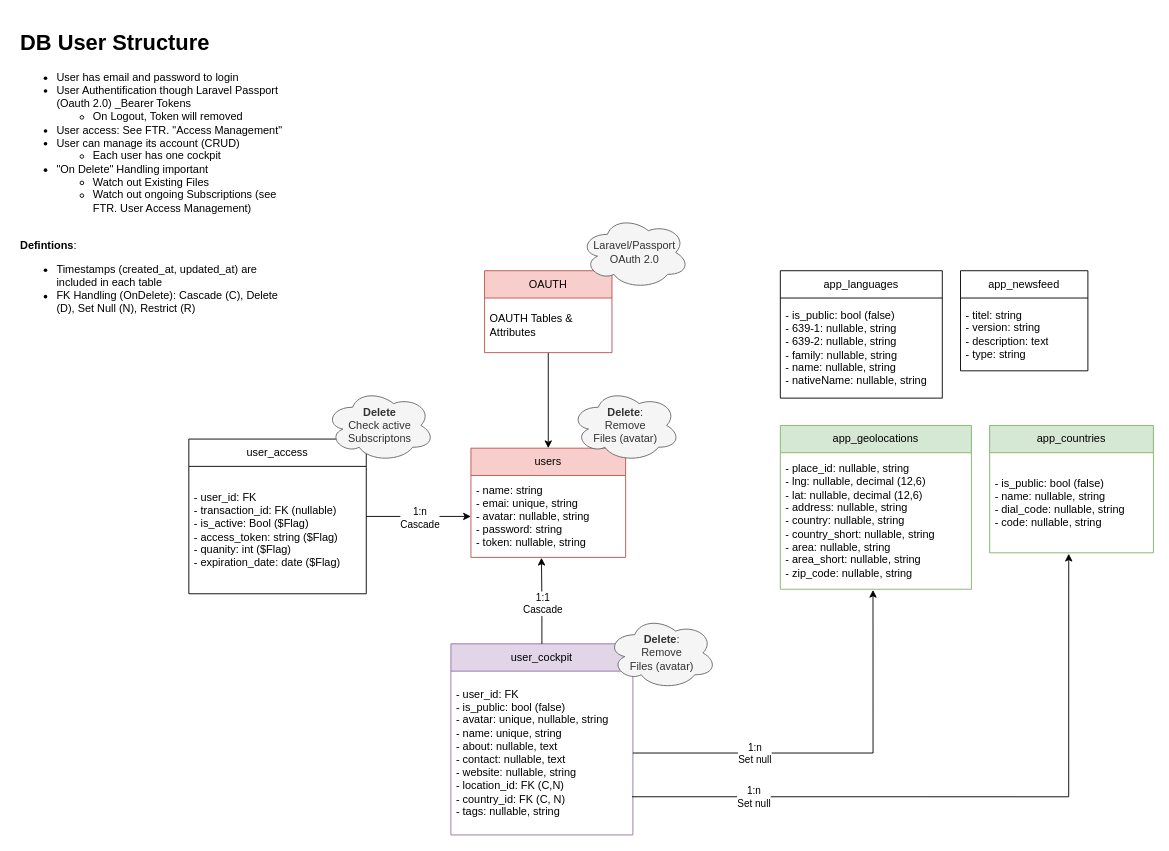
Before: page "DB Structure" (3 of 9) of docs/Feature Defintions/01 - User Account Management.drawio in CarlsonBuma/laravel-quasar-template, a draw.io diagram. Source tidied: cells renumbered, new cells numbered last; positions are measured from the earlier drawing's top-left corner, leaving out a move shared by most shapes. Both pictures are drawn from the tidied source at 91%, with x=0, y=0 at pixel (15, 25).
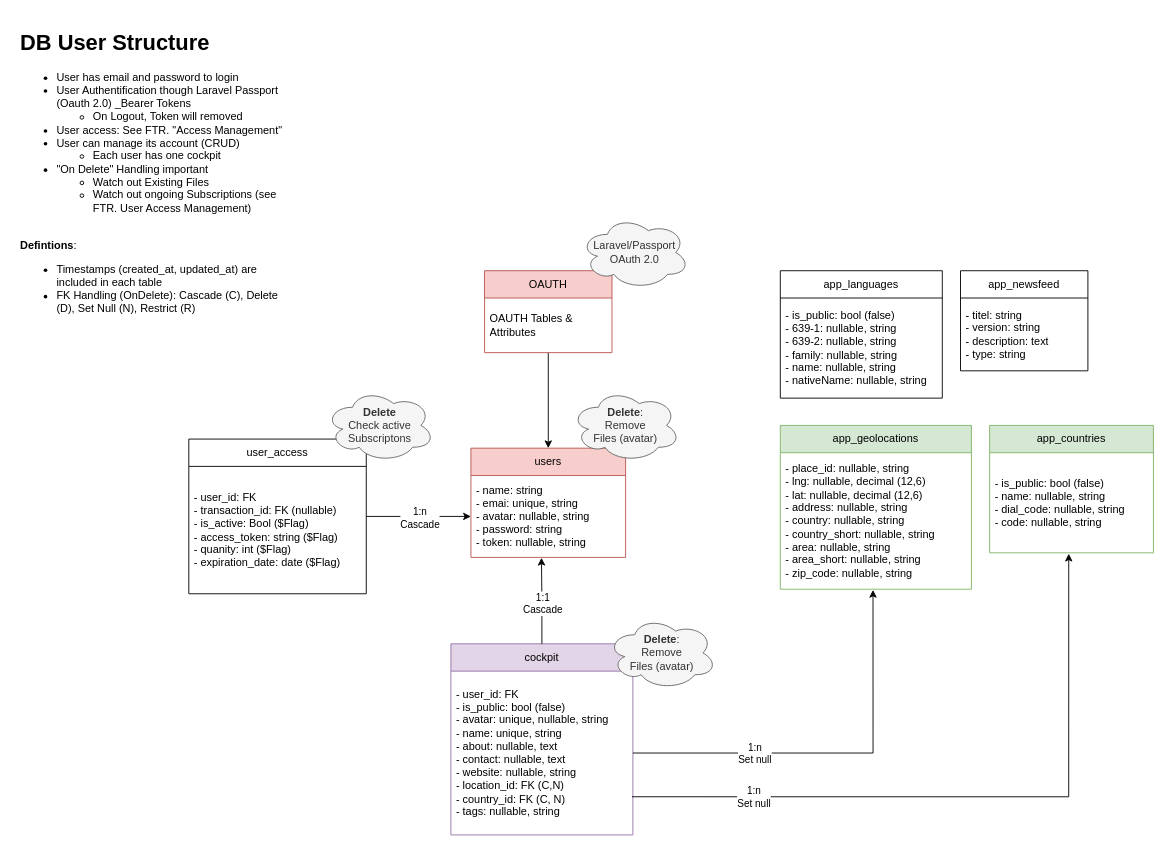
The same diagram, later.

Diff of the diagram source:
```diff
@@
-    <mxCell id="13" value="user_cockpit" style="swimlane;fontStyle=0;horizontal=1;startSize=30;whiteSpace=wrap;html=1;fillColor=#e1d5e7;strokeColor=#9673a6;" parent="1" vertex="1">
+    <mxCell id="13" value="cockpit" style="swimlane;fontStyle=0;horizontal=1;startSize=30;whiteSpace=wrap;html=1;fillColor=#e1d5e7;strokeColor=#9673a6;" parent="1" vertex="1">
       <mxGeometry x="478" y="680" width="200" height="210" as="geometry" />
     </mxCell>
```
